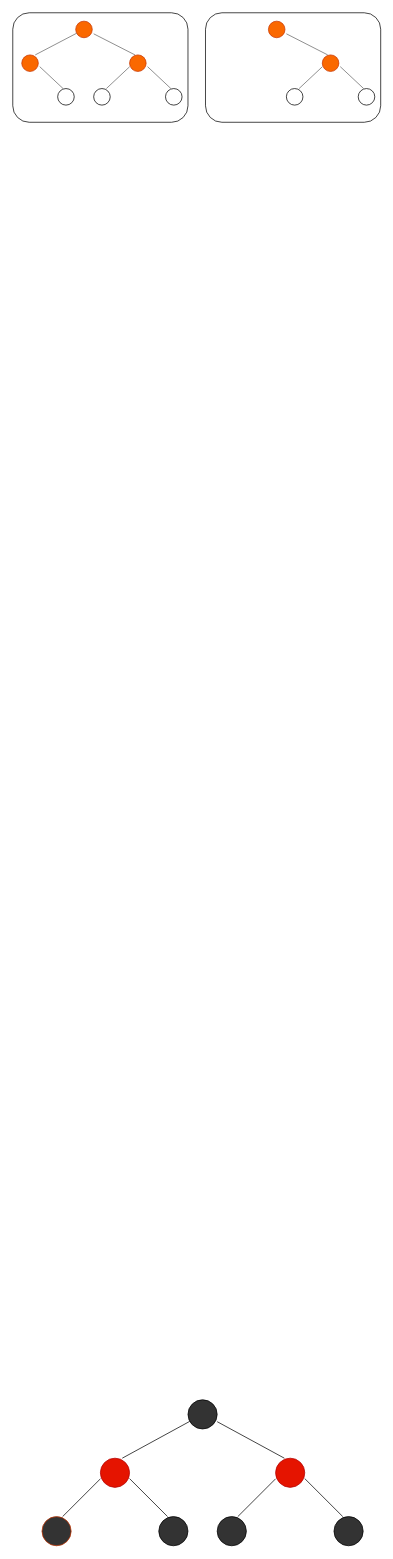
Above: 未命名绘图.drawio in GEDYBOY/gedy (draw.io), before the change. Source tidied: cells renumbered, new cells numbered last; positions are measured from the earlier drawing's top-left corner, leaving out a move shared by most shapes. Both pictures are drawn from the tidied source at 73%, with x=0, y=0 at pixel (12, 12).
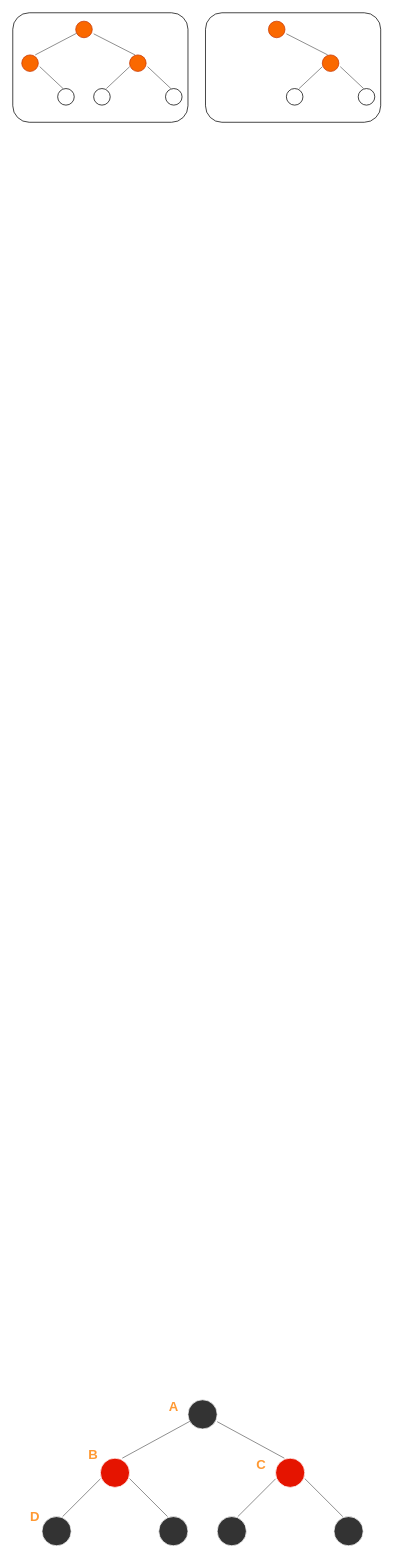
The same page after the edit.

Commit message (it also covers changes not shown here):
更新未命名绘图.drawio

What changed in the source:
```diff
@@
-    <mxCell id="24" style="ellipse;whiteSpace=wrap;html=1;fillColor=#e51400;fontColor=#ffffff;strokeColor=#B20000;" parent="1" vertex="1">
+    <mxCell id="24" style="ellipse;whiteSpace=wrap;html=1;fillColor=#e51400;fontColor=#ffffff;strokeColor=#FFFFFF;" parent="1" vertex="1">
       <mxGeometry x="120" y="1980" width="40" height="40" as="geometry" />
     </mxCell>
-    <mxCell id="25" style="ellipse;whiteSpace=wrap;html=1;fillColor=#333333;fontColor=#000000;strokeColor=#C73500;" parent="1" vertex="1">
+    <mxCell id="25" style="ellipse;whiteSpace=wrap;html=1;fillColor=#333333;fontColor=#000000;strokeColor=#FFFFFF;" parent="1" vertex="1">
       <mxGeometry x="40" y="2060" width="40" height="40" as="geometry" />
     </mxCell>
-    <mxCell id="26" style="ellipse;whiteSpace=wrap;html=1;fillColor=#333333;" parent="1" vertex="1">
+    <mxCell id="26" style="ellipse;whiteSpace=wrap;html=1;fillColor=#333333;strokeColor=#FFFFFF;" parent="1" vertex="1">
       <mxGeometry x="200" y="2060" width="40" height="40" as="geometry" />
     </mxCell>
-    <mxCell id="27" style="endArrow=none;html=1;rounded=0;entryX=0;entryY=1;entryDx=0;entryDy=0;" parent="1" edge="1">
+    <mxCell id="27" style="endArrow=none;html=1;rounded=0;entryX=0;entryY=1;entryDx=0;entryDy=0;fillColor=#f5f5f5;gradientColor=#b3b3b3;strokeColor=#666666;" parent="1" edge="1">
       <mxGeometry relative="1" as="geometry">
         <mxPoint x="68.3" y="2060" as="sourcePoint" />
         <mxPoint x="120" y="2008.3" as="targetPoint" />
       </mxGeometry>
     </mxCell>
-    <mxCell id="28" style="endArrow=none;html=1;rounded=0;entryX=0;entryY=1;entryDx=0;entryDy=0;" parent="1" edge="1">
+    <mxCell id="28" style="endArrow=none;html=1;rounded=0;entryX=0;entryY=1;entryDx=0;entryDy=0;fillColor=#f5f5f5;gradientColor=#b3b3b3;strokeColor=#666666;" parent="1" edge="1">
       <mxGeometry relative="1" as="geometry">
         <mxPoint x="160" y="2008" as="sourcePoint" />
         <mxPoint x="212" y="2060" as="targetPoint" />
       </mxGeometry>
     </mxCell>
-    <mxCell id="29" style="ellipse;whiteSpace=wrap;html=1;fillColor=#e51400;fontColor=#ffffff;strokeColor=#B20000;" parent="1" vertex="1">
+    <mxCell id="29" style="ellipse;whiteSpace=wrap;html=1;fillColor=#e51400;fontColor=#ffffff;strokeColor=#FFFFFF;" parent="1" vertex="1">
       <mxGeometry x="360" y="1980" width="40" height="40" as="geometry" />
     </mxCell>
-    <mxCell id="30" style="ellipse;whiteSpace=wrap;html=1;fillColor=#333333;" parent="1" vertex="1">
+    <mxCell id="30" style="ellipse;whiteSpace=wrap;html=1;fillColor=#333333;strokeColor=#FFFFFF;" parent="1" vertex="1">
       <mxGeometry x="280" y="2060" width="40" height="40" as="geometry" />
     </mxCell>
-    <mxCell id="31" style="ellipse;whiteSpace=wrap;html=1;fillColor=#333333;" parent="1" vertex="1">
+    <mxCell id="31" style="ellipse;whiteSpace=wrap;html=1;fillColor=#333333;strokeColor=#FFFFFF;" parent="1" vertex="1">
       <mxGeometry x="440" y="2060" width="40" height="40" as="geometry" />
     </mxCell>
-    <mxCell id="32" style="endArrow=none;html=1;rounded=0;entryX=0;entryY=1;entryDx=0;entryDy=0;" parent="1" edge="1">
+    <mxCell id="32" style="endArrow=none;html=1;rounded=0;entryX=0;entryY=1;entryDx=0;entryDy=0;fillColor=#f5f5f5;gradientColor=#b3b3b3;strokeColor=#666666;" parent="1" edge="1">
       <mxGeometry relative="1" as="geometry">
         <mxPoint x="308.3" y="2060" as="sourcePoint" />
         <mxPoint x="360" y="2008.3" as="targetPoint" />
       </mxGeometry>
     </mxCell>
-    <mxCell id="33" style="endArrow=none;html=1;rounded=0;entryX=0;entryY=1;entryDx=0;entryDy=0;" parent="1" edge="1">
+    <mxCell id="33" style="endArrow=none;html=1;rounded=0;entryX=0;entryY=1;entryDx=0;entryDy=0;fillColor=#f5f5f5;gradientColor=#b3b3b3;strokeColor=#666666;" parent="1" edge="1">
       <mxGeometry relative="1" as="geometry">
         <mxPoint x="400" y="2008" as="sourcePoint" />
         <mxPoint x="452" y="2060" as="targetPoint" />
       </mxGeometry>
     </mxCell>
-    <mxCell id="34" style="ellipse;whiteSpace=wrap;html=1;fillColor=#333333;" parent="1" vertex="1">
+    <mxCell id="34" style="ellipse;whiteSpace=wrap;html=1;fillColor=#333333;strokeColor=#FFFFFF;" parent="1" vertex="1">
       <mxGeometry x="240" y="1900" width="40" height="40" as="geometry" />
     </mxCell>
-    <mxCell id="35" style="endArrow=none;html=1;rounded=0;" parent="1" edge="1" target="34">
+    <mxCell id="35" style="endArrow=none;html=1;rounded=0;fillColor=#f5f5f5;gradientColor=#b3b3b3;strokeColor=#666666;" parent="1" edge="1" target="34">
       <mxGeometry relative="1" as="geometry">
         <mxPoint x="150" y="1980" as="sourcePoint" />
       </mxGeometry>
     </mxCell>
-    <mxCell id="36" style="endArrow=none;html=1;rounded=0;" parent="1" edge="1">
+    <mxCell id="36" style="endArrow=none;html=1;rounded=0;fillColor=#f5f5f5;gradientColor=#b3b3b3;strokeColor=#666666;" parent="1" edge="1">
       <mxGeometry relative="1" as="geometry">
         <mxPoint x="372" y="1980" as="sourcePoint" />
         <mxPoint x="280" y="1930" as="targetPoint" />
       </mxGeometry>
     </mxCell>
+    <mxCell id="37" value="&lt;font size=&quot;1&quot; color=&quot;#ff9933&quot;&gt;&lt;b style=&quot;font-size: 18px;&quot;&gt;B&lt;/b&gt;&lt;/font&gt;" style="text;html=1;align=center;verticalAlign=middle;strokeColor=none;fillColor=none;strokeWidth=11;" parent="1" vertex="1">
+      <mxGeometry x="90" y="1955" width="40" height="40" as="geometry" />
+    </mxCell>
+    <mxCell id="38" value="&lt;font color=&quot;#ff9933&quot;&gt;&lt;span style=&quot;font-size: 18px;&quot;&gt;&lt;b&gt;C&lt;/b&gt;&lt;/span&gt;&lt;/font&gt;" style="text;html=1;align=center;verticalAlign=middle;strokeColor=none;fillColor=none;strokeWidth=11;" parent="1" vertex="1">
+      <mxGeometry x="320" y="1970" width="40" height="40" as="geometry" />
+    </mxCell>
+    <mxCell id="39" value="&lt;font color=&quot;#ff9933&quot;&gt;&lt;span style=&quot;font-size: 18px;&quot;&gt;&lt;b&gt;A&lt;/b&gt;&lt;/span&gt;&lt;/font&gt;" style="text;html=1;align=center;verticalAlign=middle;strokeColor=none;fillColor=none;strokeWidth=11;" parent="1" vertex="1">
+      <mxGeometry x="200" y="1890" width="40" height="40" as="geometry" />
+    </mxCell>
+    <mxCell id="40" value="&lt;font color=&quot;#ff9933&quot;&gt;&lt;span style=&quot;font-size: 18px;&quot;&gt;&lt;b&gt;D&lt;/b&gt;&lt;/span&gt;&lt;/font&gt;" style="text;html=1;align=center;verticalAlign=middle;strokeColor=none;fillColor=none;strokeWidth=11;" parent="1" vertex="1">
+      <mxGeometry x="10" y="2040" width="40" height="40" as="geometry" />
+    </mxCell>
```
